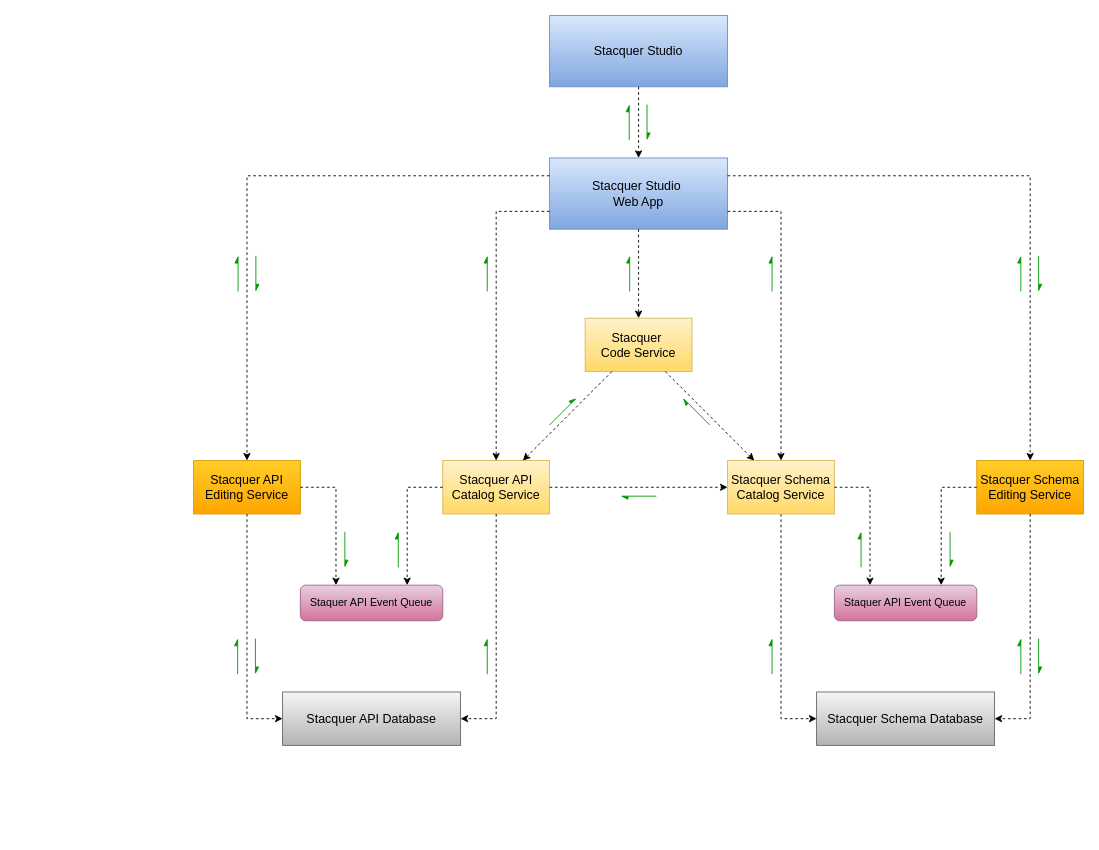
martin-nordberg/stacquer keeps this draw.io diagram as doc/Architecture.drawio. Above is the earlier version. Source tidied: cells renumbered, new cells numbered last; positions are measured from the earlier drawing's top-left corner, leaving out a move shared by most shapes. Both pictures are drawn from the tidied source at 89%, with x=0, y=0 at pixel (193, 15).
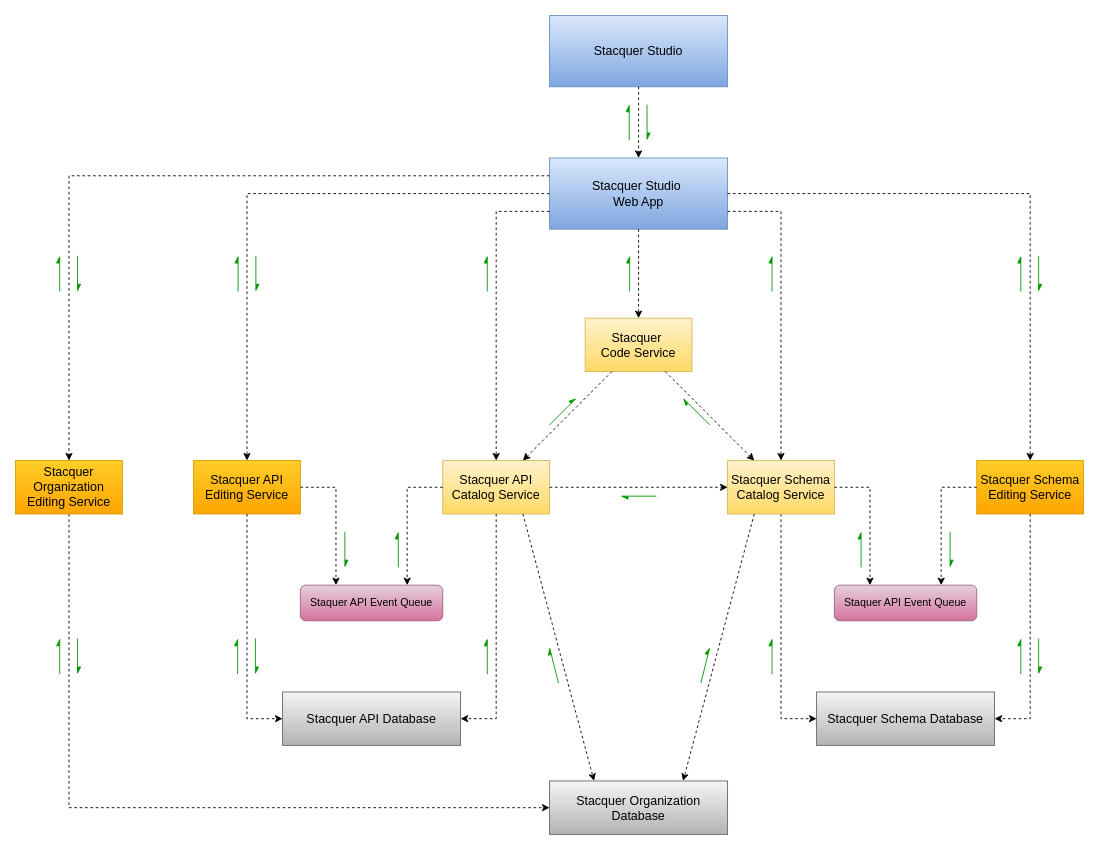
The same diagram, later.

The change refers to these unchanged cells:
```xml
<mxCell id="3" value="Stacquer Studio&amp;nbsp;&lt;div&gt;Web App&lt;/div&gt;" style="rounded=0;whiteSpace=wrap;html=1;fontSize=14;fillColor=#dae8fc;strokeColor=#6c8ebf;gradientColor=#7ea6e0;" parent="1" vertex="1">
  <mxGeometry x="400" y="160" width="200" height="80" as="geometry" />
</mxCell>
<mxCell id="5" value="Stacquer API Catalog Service" style="rounded=0;whiteSpace=wrap;html=1;fontSize=14;fillColor=#fff2cc;strokeColor=#d6b656;gradientColor=#ffd966;" parent="1" vertex="1">
  <mxGeometry x="280" y="500" width="120" height="60" as="geometry" />
</mxCell>
<mxCell id="6" value="Stacquer API Editing Service" style="rounded=0;whiteSpace=wrap;html=1;fontSize=14;fillColor=#ffcd28;strokeColor=#d79b00;gradientColor=#ffa500;" parent="1" vertex="1">
  <mxGeometry y="500" width="120" height="60" as="geometry" />
</mxCell>
<mxCell id="16" value="Stacquer Schema Catalog Service" style="rounded=0;whiteSpace=wrap;html=1;fontSize=14;fillColor=#fff2cc;strokeColor=#d6b656;gradientColor=#ffd966;" parent="1" vertex="1">
  <mxGeometry x="600" y="500" width="120" height="60" as="geometry" />
</mxCell>
<mxCell id="20" value="Stacquer Schema Editing Service" style="rounded=0;whiteSpace=wrap;html=1;fontSize=14;fillColor=#ffcd28;strokeColor=#d79b00;gradientColor=#ffa500;" parent="1" vertex="1">
  <mxGeometry x="880" y="500" width="120" height="60" as="geometry" />
</mxCell>
```

What changed in the source:
```diff
@@
-    <mxCell id="9" style="endArrow=classic;dashed=1;html=1;rounded=0;exitX=0;exitY=0.25;exitDx=0;exitDy=0;entryX=0.5;entryY=0;entryDx=0;entryDy=0;startArrow=none;startFill=0;endFill=1;fontSize=14;" parent="1" edge="1" source="3" target="6">
+    <mxCell id="9" style="endArrow=classic;dashed=1;html=1;rounded=0;exitX=0;exitY=0.5;exitDx=0;exitDy=0;entryX=0.5;entryY=0;entryDx=0;entryDy=0;startArrow=none;startFill=0;endFill=1;fontSize=14;" parent="1" edge="1" source="3" target="6">
       <mxGeometry relative="1" as="geometry">
         <Array as="points">
-          <mxPoint x="60" y="180" />
+          <mxPoint x="60" y="200" />
         </Array>
       </mxGeometry>
     </mxCell>
@@
-    <mxCell id="22" style="endArrow=classic;dashed=1;html=1;rounded=0;exitX=1;exitY=0.25;exitDx=0;exitDy=0;entryX=0.5;entryY=0;entryDx=0;entryDy=0;startArrow=none;startFill=0;endFill=1;fontSize=14;" parent="1" edge="1" source="3" target="20">
+    <mxCell id="22" style="endArrow=classic;dashed=1;html=1;rounded=0;exitX=1;exitY=0.5;exitDx=0;exitDy=0;entryX=0.5;entryY=0;entryDx=0;entryDy=0;startArrow=none;startFill=0;endFill=1;fontSize=14;" parent="1" edge="1" source="3" target="20">
       <mxGeometry relative="1" as="geometry">
         <Array as="points">
-          <mxPoint x="940" y="180" />
+          <mxPoint x="940" y="200" />
         </Array>
       </mxGeometry>
     </mxCell>
@@
+    <mxCell id="52" value="Stacquer Organization Database" style="rounded=0;whiteSpace=wrap;html=1;fontSize=14;fillColor=#f5f5f5;strokeColor=#666666;gradientColor=#b3b3b3;" parent="1" vertex="1">
+      <mxGeometry x="400" y="860" width="200" height="60" as="geometry" />
+    </mxCell>
+    <mxCell id="53" style="endArrow=classic;dashed=1;html=1;rounded=0;exitX=0.5;exitY=1;exitDx=0;exitDy=0;entryX=0;entryY=0.5;entryDx=0;entryDy=0;startArrow=none;startFill=0;endFill=1;fontSize=14;" parent="1" edge="1" source="54" target="52">
+      <mxGeometry relative="1" as="geometry">
+        <Array as="points">
+          <mxPoint x="-140" y="890" />
+        </Array>
+      </mxGeometry>
+    </mxCell>
+    <mxCell id="54" value="Stacquer&lt;div&gt;Organization&lt;/div&gt;&lt;div&gt;Editing Service&lt;/div&gt;" style="rounded=0;whiteSpace=wrap;html=1;fontSize=14;fillColor=#ffcd28;strokeColor=#d79b00;gradientColor=#ffa500;" parent="1" vertex="1">
+      <mxGeometry x="-200" y="500" width="120" height="60" as="geometry" />
+    </mxCell>
+    <mxCell id="55" style="endArrow=classic;dashed=1;html=1;rounded=0;exitX=0;exitY=0.25;exitDx=0;exitDy=0;entryX=0.5;entryY=0;entryDx=0;entryDy=0;startArrow=none;startFill=0;endFill=1;fontSize=14;" parent="1" edge="1" source="3" target="54">
+      <mxGeometry relative="1" as="geometry">
+        <Array as="points">
+          <mxPoint x="-140" y="180" />
+        </Array>
+      </mxGeometry>
+    </mxCell>
+    <mxCell id="56" style="endArrow=async;html=1;rounded=0;endFill=1;strokeColor=#009900;" parent="1" edge="1">
+      <mxGeometry relative="1" as="geometry">
+        <mxPoint x="-150.4" y="310" as="sourcePoint" />
+        <mxPoint x="-150.4" y="270" as="targetPoint" />
+      </mxGeometry>
+    </mxCell>
+    <mxCell id="57" style="endArrow=async;html=1;rounded=0;endFill=1;strokeColor=#009900;" parent="1" edge="1">
+      <mxGeometry relative="1" as="geometry">
+        <mxPoint x="-130.4" y="270" as="sourcePoint" />
+        <mxPoint x="-130.4" y="310" as="targetPoint" />
+      </mxGeometry>
+    </mxCell>
+    <mxCell id="58" style="endArrow=async;html=1;rounded=0;endFill=1;strokeColor=#009900;" parent="1" edge="1">
+      <mxGeometry relative="1" as="geometry">
+        <mxPoint x="-150.4" y="740" as="sourcePoint" />
+        <mxPoint x="-150.4" y="700" as="targetPoint" />
+      </mxGeometry>
+    </mxCell>
+    <mxCell id="59" style="endArrow=async;html=1;rounded=0;endFill=1;strokeColor=#009900;" parent="1" edge="1">
+      <mxGeometry relative="1" as="geometry">
+        <mxPoint x="-130.4" y="700" as="sourcePoint" />
+        <mxPoint x="-130.4" y="740" as="targetPoint" />
+      </mxGeometry>
+    </mxCell>
+    <mxCell id="60" style="endArrow=classic;dashed=1;html=1;rounded=0;exitX=0.75;exitY=1;exitDx=0;exitDy=0;entryX=0.25;entryY=0;entryDx=0;entryDy=0;startArrow=none;startFill=0;endFill=1;fontSize=14;jumpStyle=arc;jumpSize=16;" parent="1" edge="1" source="5" target="52">
+      <mxGeometry relative="1" as="geometry" />
+    </mxCell>
+    <mxCell id="61" style="endArrow=classic;dashed=1;html=1;rounded=0;exitX=0.25;exitY=1;exitDx=0;exitDy=0;entryX=0.75;entryY=0;entryDx=0;entryDy=0;startArrow=none;startFill=0;endFill=1;fontSize=14;jumpStyle=arc;jumpSize=16;" parent="1" edge="1" source="16" target="52">
+      <mxGeometry relative="1" as="geometry" />
+    </mxCell>
+    <mxCell id="62" style="endArrow=async;html=1;rounded=0;endFill=1;strokeColor=#009900;" parent="1" edge="1">
+      <mxGeometry relative="1" as="geometry">
+        <mxPoint x="410" y="750" as="sourcePoint" />
+        <mxPoint x="400" y="710" as="targetPoint" />
+      </mxGeometry>
+    </mxCell>
+    <mxCell id="63" style="endArrow=async;html=1;rounded=0;endFill=1;strokeColor=#009900;" parent="1" edge="1">
+      <mxGeometry relative="1" as="geometry">
+        <mxPoint x="570" y="750" as="sourcePoint" />
+        <mxPoint x="580" y="710" as="targetPoint" />
+      </mxGeometry>
+    </mxCell>
```
